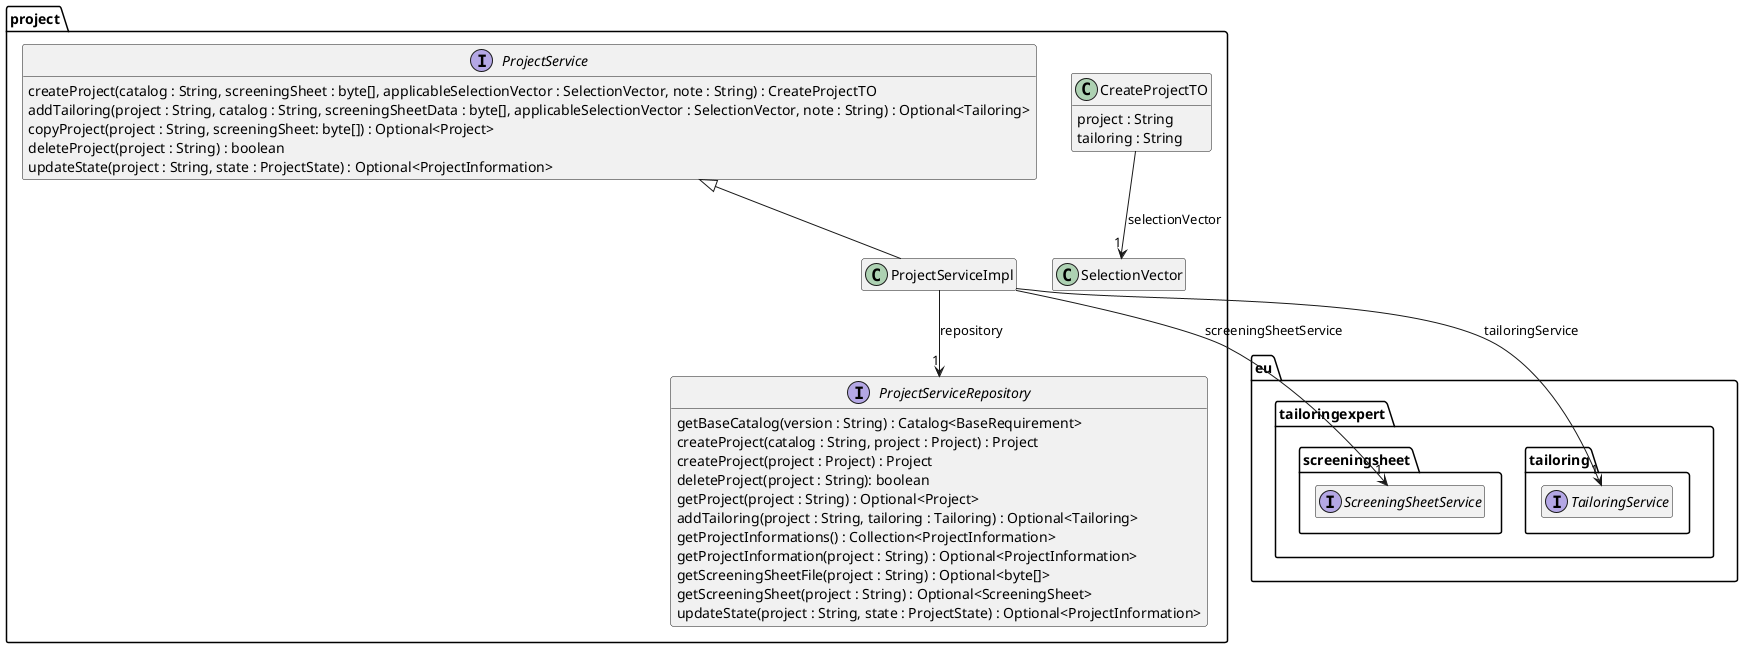
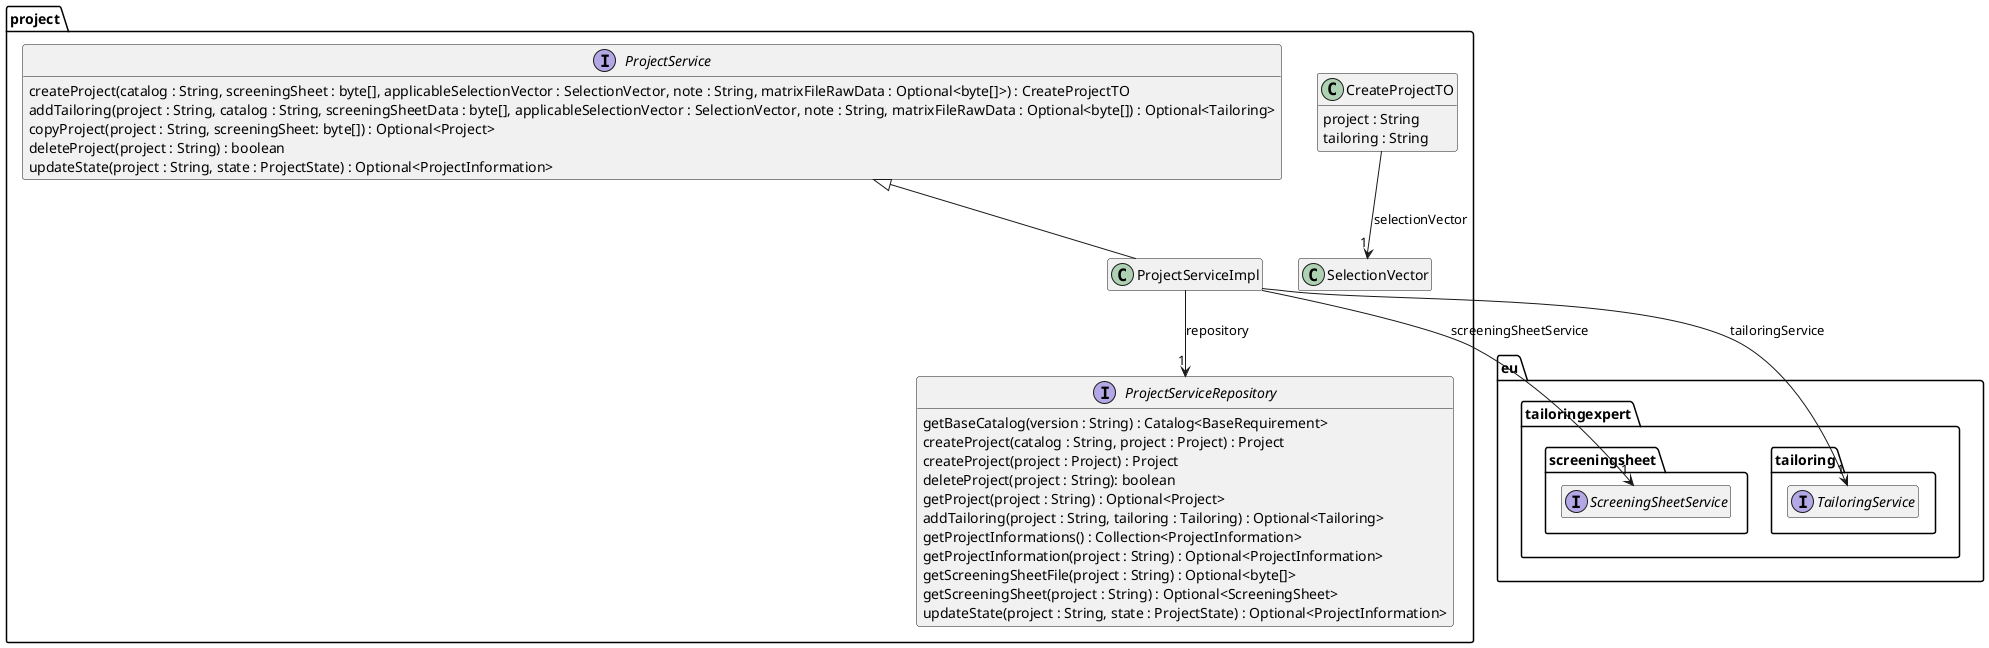
@startuml Ebene3.png
hide empty members

package eu.tailoringexpert {
    package screeningsheet {
        interface ScreeningSheetService
    }
    package tailoring {
        interface TailoringService
    }
}

package project {

    class CreateProjectTO {
        project : String
        tailoring : String
    }
    CreateProjectTO --> "1" SelectionVector : selectionVector

    interface ProjectService {
-         createProject(catalog : String, screeningSheet : byte[], applicableSelectionVector : SelectionVector, note : String) : CreateProjectTO
-         addTailoring(project : String, catalog : String, screeningSheetData : byte[], applicableSelectionVector : SelectionVector, note : String) : Optional<Tailoring>
+         createProject(catalog : String, screeningSheet : byte[], applicableSelectionVector : SelectionVector, note : String, matrixFileRawData : Optional<byte[]>) : CreateProjectTO
+         addTailoring(project : String, catalog : String, screeningSheetData : byte[], applicableSelectionVector : SelectionVector, note : String, matrixFileRawData : Optional<byte[]) : Optional<Tailoring>
        copyProject(project : String, screeningSheet: byte[]) : Optional<Project>
        deleteProject(project : String) : boolean
        updateState(project : String, state : ProjectState) : Optional<ProjectInformation>
    }

    interface ProjectServiceRepository {
        getBaseCatalog(version : String) : Catalog<BaseRequirement>
        createProject(catalog : String, project : Project) : Project
        createProject(project : Project) : Project
        deleteProject(project : String): boolean
        getProject(project : String) : Optional<Project>
        addTailoring(project : String, tailoring : Tailoring) : Optional<Tailoring>
        getProjectInformations() : Collection<ProjectInformation>
        getProjectInformation(project : String) : Optional<ProjectInformation>
        getScreeningSheetFile(project : String) : Optional<byte[]>
        getScreeningSheet(project : String) : Optional<ScreeningSheet>
        updateState(project : String, state : ProjectState) : Optional<ProjectInformation>
    }

    class ProjectServiceImpl {
    }

    ProjectService <|-- ProjectServiceImpl
    ProjectServiceImpl --> "1" ProjectServiceRepository : repository
    ProjectServiceImpl --> "1" ScreeningSheetService : screeningSheetService
    ProjectServiceImpl --> "1" TailoringService : tailoringService

}
- @enduml+ @enduml
